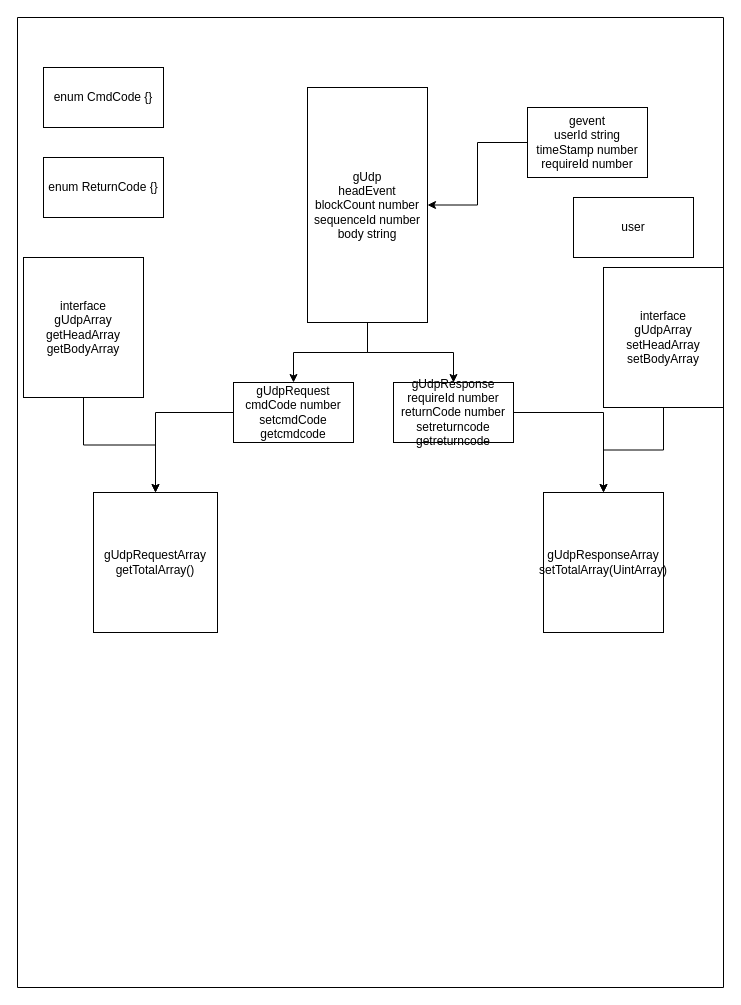
Above: Untitled Diagram.drawio in 605682883/flowPhoto (draw.io), before the change. Source tidied: cells renumbered, new cells numbered last; positions are measured from the earlier drawing's top-left corner, leaving out a move shared by most shapes. Both pictures are drawn from the tidied source at 100%, with x=0, y=0 at pixel (17, 17).
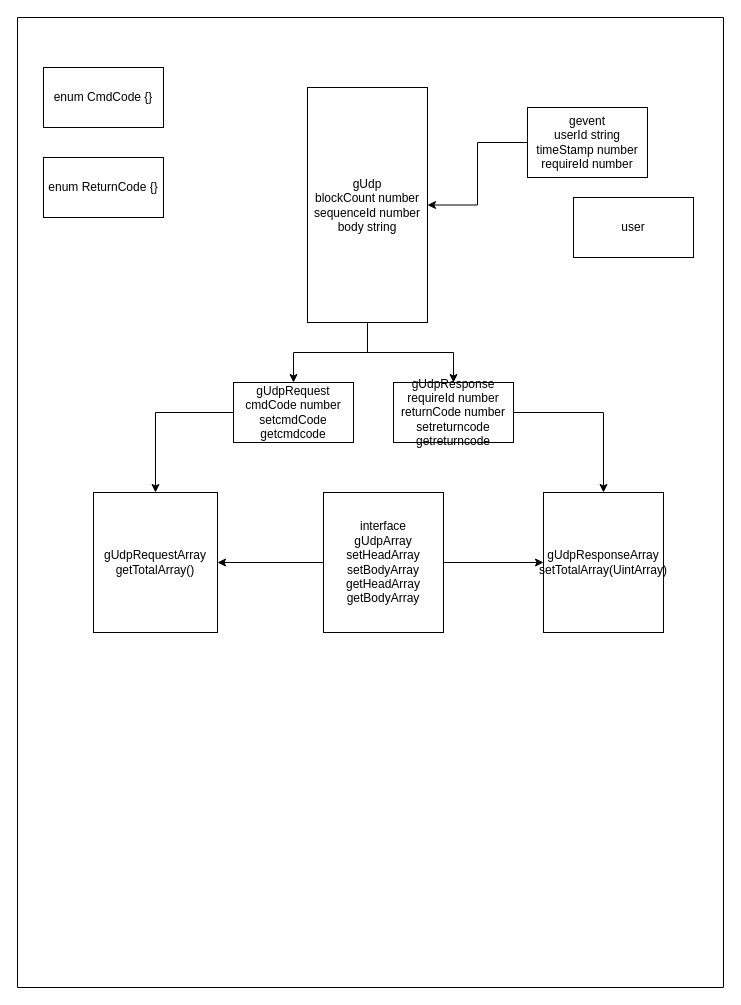
The same diagram, later.

Unchanged cells that the change refers to:
```xml
<mxCell id="2" style="swimlane;startSize=0;" parent="1" vertex="1">
  <mxGeometry width="706" height="970" as="geometry" />
</mxCell>
<mxCell id="15" value="gUdpRequestArray&lt;br&gt;getTotalArray()" style="rounded=0;whiteSpace=wrap;html=1;" parent="2" vertex="1">
  <mxGeometry x="76" y="475" width="124" height="140" as="geometry" />
</mxCell>
```

The edit, as a diff of the source:
```diff
@@
-    <mxCell id="4" style="edgeStyle=orthogonalEdgeStyle;rounded=0;jettySize=auto;html=1;" parent="2" edge="1" source="5" target="15">
-      <mxGeometry relative="1" as="geometry" />
-    </mxCell>
-    <mxCell id="5" value="interface&lt;br&gt;gUdpArray&lt;br&gt;getHeadArray&lt;br&gt;getBodyArray" style="rounded=0;whiteSpace=wrap;html=1;" parent="2" vertex="1">
-      <mxGeometry x="6" y="240" width="120" height="140" as="geometry" />
-    </mxCell>
@@
-    <mxCell id="10" value="gUdp&lt;br&gt;headEvent&lt;br&gt;blockCount number&lt;br&gt;sequenceId number&lt;br&gt;body string" style="rounded=0;whiteSpace=wrap;html=1;" parent="2" vertex="1">
+    <mxCell id="10" value="gUdp&lt;br&gt;blockCount number&lt;br&gt;sequenceId number&lt;br&gt;body string" style="rounded=0;whiteSpace=wrap;html=1;" parent="2" vertex="1">
       <mxGeometry x="290" y="70" width="120" height="235" as="geometry" />
     </mxCell>
@@
+    <mxCell id="21" style="edgeStyle=orthogonalEdgeStyle;rounded=0;jettySize=auto;html=1;entryX=1;entryY=0.5;entryDx=0;entryDy=0;" parent="2" edge="1" source="20" target="15">
+      <mxGeometry relative="1" as="geometry" />
+    </mxCell>
-    <mxCell id="20" value="interface&lt;br&gt;gUdpArray&lt;br&gt;setHeadArray&lt;br&gt;setBodyArray" style="rounded=0;whiteSpace=wrap;html=1;" parent="2" vertex="1">
-      <mxGeometry x="586" y="250" width="120" height="140" as="geometry" />
+    <mxCell id="20" value="interface&lt;br&gt;gUdpArray&lt;br&gt;setHeadArray&lt;br&gt;setBodyArray&lt;br&gt;getHeadArray&lt;br&gt;getBodyArray" style="rounded=0;whiteSpace=wrap;html=1;" parent="2" vertex="1">
+      <mxGeometry x="306" y="475" width="120" height="140" as="geometry" />
     </mxCell>
```
